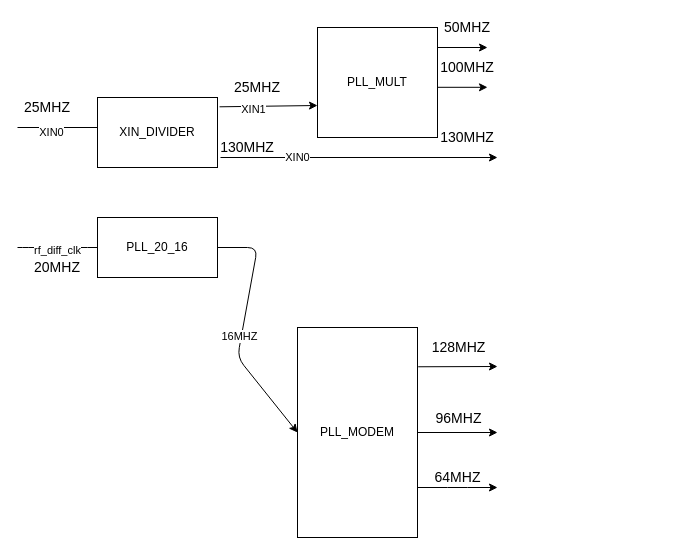
Above: pll_flow.drawio in dkaigu/charts (draw.io), before the change. Source tidied: cells renumbered, new cells numbered last; positions are measured from the earlier drawing's top-left corner, leaving out a move shared by most shapes. Both pictures are drawn from the tidied source at 100%, with x=0, y=0 at pixel (17, 17).
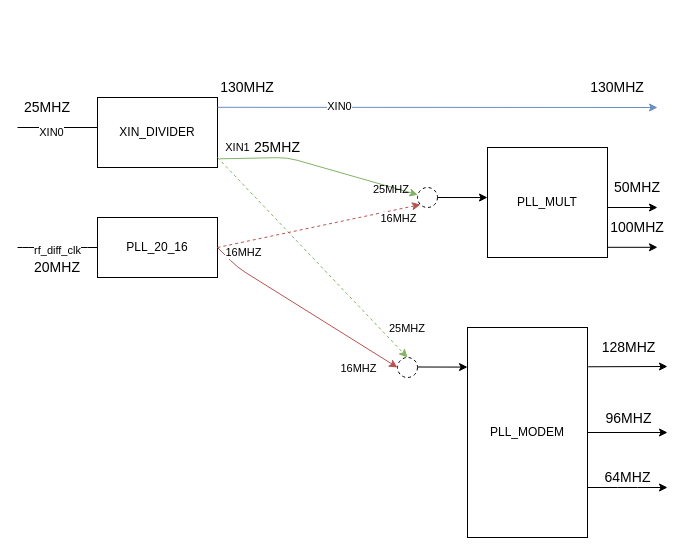
The same page after the edit.

The change refers to these unchanged cells:
```xml
<mxCell id="4" value="XIN_DIVIDER" style="rounded=0;whiteSpace=wrap;html=1;" parent="1" vertex="1">
  <mxGeometry x="80" y="80" width="120" height="70" as="geometry" />
</mxCell>
<mxCell id="11" value="PLL_20_16" style="rounded=0;whiteSpace=wrap;html=1;" parent="1" vertex="1">
  <mxGeometry x="80" y="200" width="120" height="60" as="geometry" />
</mxCell>
```

What changed in the source:
```diff
@@
-    <mxCell id="7" style="endArrow=classic;html=1;exitX=1.017;exitY=0.133;exitDx=0;exitDy=0;exitPerimeter=0;endFill=1;" parent="1" edge="1" source="4">
-      <mxGeometry relative="1" as="geometry">
-        <mxPoint x="300" y="88" as="targetPoint" />
-      </mxGeometry>
-    </mxCell>
-    <mxCell id="8" value="XIN1" style="edgeLabel;html=1;align=center;verticalAlign=middle;" parent="7" vertex="1">
-      <mxGeometry x="-0.33" y="-3" relative="1" as="geometry" />
-    </mxCell>
-    <mxCell id="9" style="endArrow=classic;html=1;endFill=1;" parent="1" edge="1">
+    <mxCell id="9" style="endArrow=classic;html=1;endFill=1;fillColor=#dae8fc;strokeColor=#6c8ebf;" parent="1" edge="1">
       <mxGeometry relative="1" as="geometry">
-        <mxPoint x="203" y="140" as="sourcePoint" />
-        <mxPoint x="480" y="140" as="targetPoint" />
+        <mxPoint x="200" y="89.8" as="sourcePoint" />
+        <mxPoint x="640" y="90" as="targetPoint" />
       </mxGeometry>
     </mxCell>
@@
     <mxCell id="12" value="PLL_MODEM" style="rounded=0;whiteSpace=wrap;html=1;" parent="1" vertex="1">
-      <mxGeometry x="280" y="310" width="120" height="210" as="geometry" />
+      <mxGeometry x="450" y="310" width="120" height="210" as="geometry" />
     </mxCell>
-    <mxCell id="13" style="endArrow=classic;html=1;exitX=1;exitY=0.5;exitDx=0;exitDy=0;entryX=0;entryY=0.5;entryDx=0;entryDy=0;endFill=1;" parent="1" edge="1" source="11" target="12">
+    <mxCell id="13" style="endArrow=classic;html=1;exitX=1;exitY=0.5;exitDx=0;exitDy=0;endFill=1;entryX=0;entryY=0.5;entryDx=0;entryDy=0;fillColor=#f8cecc;strokeColor=#b85450;" parent="1" edge="1" source="11" target="30">
       <mxGeometry relative="1" as="geometry">
         <Array as="points">
-          <mxPoint x="240" y="230" />
-          <mxPoint x="220" y="340" />
+          <mxPoint x="220" y="250" />
         </Array>
       </mxGeometry>
     </mxCell>
     <mxCell id="14" value="16MHZ" style="edgeLabel;html=1;align=center;verticalAlign=middle;" parent="13" vertex="1">
-      <mxGeometry x="0.05" y="-2" relative="1" as="geometry" />
+      <mxGeometry x="0.05" y="-2" relative="1" as="geometry">
+        <mxPoint x="-66.6" y="-62.3" as="offset" />
+      </mxGeometry>
     </mxCell>
     <mxCell id="15" value="PLL_MULT" style="rounded=0;whiteSpace=wrap;html=1;" parent="1" vertex="1">
-      <mxGeometry x="300" y="10" width="120" height="110" as="geometry" />
+      <mxGeometry x="470" y="130" width="120" height="110" as="geometry" />
     </mxCell>
     <mxCell id="16" style="endArrow=classic;html=1;exitX=1.006;exitY=0.187;exitDx=0;exitDy=0;exitPerimeter=0;" parent="1" edge="1" source="12">
       <mxGeometry relative="1" as="geometry">
-        <mxPoint x="480" y="349" as="targetPoint" />
+        <mxPoint x="650" y="349" as="targetPoint" />
       </mxGeometry>
     </mxCell>
@@
     <mxCell id="18" style="endArrow=classic;html=1;exitX=1;exitY=0.5;exitDx=0;exitDy=0;" parent="1" edge="1" source="12">
       <mxGeometry relative="1" as="geometry">
-        <mxPoint x="480" y="415" as="targetPoint" />
+        <mxPoint x="650" y="415" as="targetPoint" />
       </mxGeometry>
     </mxCell>
@@
     <mxCell id="20" value="&lt;font style=&quot;font-size: 14px&quot;&gt;64MHZ&lt;/font&gt;" style="endArrow=classic;html=1;" parent="1" edge="1">
       <mxGeometry y="10" relative="1" as="geometry">
-        <mxPoint x="400" y="470" as="sourcePoint" />
-        <mxPoint x="480" y="470" as="targetPoint" />
+        <mxPoint x="570" y="470" as="sourcePoint" />
+        <mxPoint x="650" y="470" as="targetPoint" />
         <Array as="points">
-          <mxPoint x="440" y="470" />
+          <mxPoint x="610" y="470" />
         </Array>
       </mxGeometry>
     </mxCell>
@@
     <mxCell id="23" value="25MHZ" style="text;html=1;strokeColor=none;fillColor=none;align=center;verticalAlign=middle;whiteSpace=wrap;rounded=0;fontSize=14;" parent="1" vertex="1">
-      <mxGeometry x="220" y="60" width="40" height="20" as="geometry" />
+      <mxGeometry x="240" y="120" width="40" height="20" as="geometry" />
     </mxCell>
     <mxCell id="24" value="130MHZ" style="text;html=1;strokeColor=none;fillColor=none;align=center;verticalAlign=middle;whiteSpace=wrap;rounded=0;fontSize=14;" parent="1" vertex="1">
-      <mxGeometry x="430" y="110" width="40" height="20" as="geometry" />
+      <mxGeometry x="210" y="60" width="40" height="20" as="geometry" />
     </mxCell>
     <mxCell id="25" style="endArrow=classic;html=1;fontSize=14;" parent="1" edge="1">
       <mxGeometry relative="1" as="geometry">
-        <mxPoint x="420" y="30" as="sourcePoint" />
-        <mxPoint x="470" y="30" as="targetPoint" />
+        <mxPoint x="590" y="190" as="sourcePoint" />
+        <mxPoint x="640" y="190" as="targetPoint" />
       </mxGeometry>
     </mxCell>
     <mxCell id="26" style="endArrow=classic;html=1;fontSize=14;" parent="1" edge="1">
       <mxGeometry relative="1" as="geometry">
-        <mxPoint x="420" y="69.8" as="sourcePoint" />
-        <mxPoint x="470" y="69.8" as="targetPoint" />
+        <mxPoint x="590" y="229.8" as="sourcePoint" />
+        <mxPoint x="640" y="229.8" as="targetPoint" />
       </mxGeometry>
     </mxCell>
     <mxCell id="27" value="50MHZ" style="text;html=1;strokeColor=none;fillColor=none;align=center;verticalAlign=middle;whiteSpace=wrap;rounded=0;fontSize=14;" parent="1" vertex="1">
-      <mxGeometry x="430" width="40" height="20" as="geometry" />
+      <mxGeometry x="600" y="160" width="40" height="20" as="geometry" />
     </mxCell>
     <mxCell id="28" value="100MHZ" style="text;html=1;strokeColor=none;fillColor=none;align=center;verticalAlign=middle;whiteSpace=wrap;rounded=0;fontSize=14;" parent="1" vertex="1">
-      <mxGeometry x="430" y="40" width="40" height="20" as="geometry" />
+      <mxGeometry x="600" y="200" width="40" height="20" as="geometry" />
     </mxCell>
     <mxCell id="29" value="130MHZ" style="text;html=1;strokeColor=none;fillColor=none;align=center;verticalAlign=middle;whiteSpace=wrap;rounded=0;fontSize=14;" parent="1" vertex="1">
-      <mxGeometry x="210" y="120" width="40" height="20" as="geometry" />
+      <mxGeometry x="580" y="60" width="40" height="20" as="geometry" />
     </mxCell>
+    <mxCell id="30" style="ellipse;whiteSpace=wrap;html=1;fontSize=14;dashed=1;" parent="1" vertex="1">
+      <mxGeometry x="380" y="340" width="20" height="20" as="geometry" />
+    </mxCell>
+    <mxCell id="31" style="endArrow=classic;html=1;fontSize=14;entryX=0.5;entryY=0;entryDx=0;entryDy=0;fillColor=#d5e8d4;strokeColor=#82b366;dashed=1;" parent="1" edge="1" target="30">
+      <mxGeometry relative="1" as="geometry">
+        <mxPoint x="200" y="140" as="sourcePoint" />
+      </mxGeometry>
+    </mxCell>
+    <mxCell id="32" style="ellipse;whiteSpace=wrap;html=1;fontSize=14;dashed=1;" parent="1" vertex="1">
+      <mxGeometry x="400" y="170" width="20" height="20" as="geometry" />
+    </mxCell>
+    <mxCell id="33" style="endArrow=classic;html=1;fontSize=14;entryX=0;entryY=1;entryDx=0;entryDy=0;fillColor=#f8cecc;strokeColor=#b85450;dashed=1;" parent="1" edge="1" target="32">
+      <mxGeometry relative="1" as="geometry">
+        <mxPoint x="200" y="230" as="sourcePoint" />
+      </mxGeometry>
+    </mxCell>
+    <mxCell id="34" value="&lt;font style=&quot;font-size: 11px&quot;&gt;25MHZ&lt;/font&gt;" style="text;html=1;strokeColor=none;fillColor=none;align=center;verticalAlign=middle;whiteSpace=wrap;rounded=0;fontSize=14;" parent="1" vertex="1">
+      <mxGeometry x="370" y="300" width="40" height="20" as="geometry" />
+    </mxCell>
+    <mxCell id="35" value="16MHZ" style="edgeLabel;html=1;align=center;verticalAlign=middle;" parent="1" vertex="1">
+      <mxGeometry x="340" y="350" as="geometry" />
+    </mxCell>
+    <mxCell id="36" value="16MHZ" style="edgeLabel;html=1;align=center;verticalAlign=middle;" parent="1" vertex="1">
+      <mxGeometry x="380" y="200" as="geometry" />
+    </mxCell>
+    <mxCell id="7" style="endArrow=classic;html=1;exitX=1.017;exitY=0.133;exitDx=0;exitDy=0;exitPerimeter=0;endFill=1;fillColor=#d5e8d4;strokeColor=#82b366;" parent="1" edge="1" target="32">
+      <mxGeometry relative="1" as="geometry">
+        <mxPoint x="202" y="141.3" as="sourcePoint" />
+        <Array as="points">
+          <mxPoint x="270" y="140" />
+        </Array>
+      </mxGeometry>
+    </mxCell>
+    <mxCell id="8" value="XIN1" style="edgeLabel;html=1;align=center;verticalAlign=middle;" parent="7" vertex="1">
+      <mxGeometry x="-0.33" y="-3" relative="1" as="geometry">
+        <mxPoint x="-49.7" y="-13" as="offset" />
+      </mxGeometry>
+    </mxCell>
+    <mxCell id="37" value="&lt;font style=&quot;font-size: 11px&quot;&gt;25MHZ&lt;/font&gt;" style="text;html=1;strokeColor=none;fillColor=none;align=center;verticalAlign=middle;whiteSpace=wrap;rounded=0;fontSize=14;" parent="1" vertex="1">
+      <mxGeometry x="354" y="170" width="40" as="geometry" />
+    </mxCell>
+    <mxCell id="38" style="endArrow=classic;html=1;fontSize=14;entryX=0;entryY=0.455;entryDx=0;entryDy=0;entryPerimeter=0;exitX=1;exitY=0.5;exitDx=0;exitDy=0;" parent="1" edge="1" source="32" target="15">
+      <mxGeometry relative="1" as="geometry" />
+    </mxCell>
+    <mxCell id="39" style="endArrow=classic;html=1;fontSize=14;entryX=0;entryY=0.455;entryDx=0;entryDy=0;entryPerimeter=0;exitX=1;exitY=0.5;exitDx=0;exitDy=0;" parent="1" edge="1">
+      <mxGeometry relative="1" as="geometry">
+        <mxPoint x="400" y="349.5" as="sourcePoint" />
+        <mxPoint x="450" y="349.6" as="targetPoint" />
+      </mxGeometry>
+    </mxCell>
```
